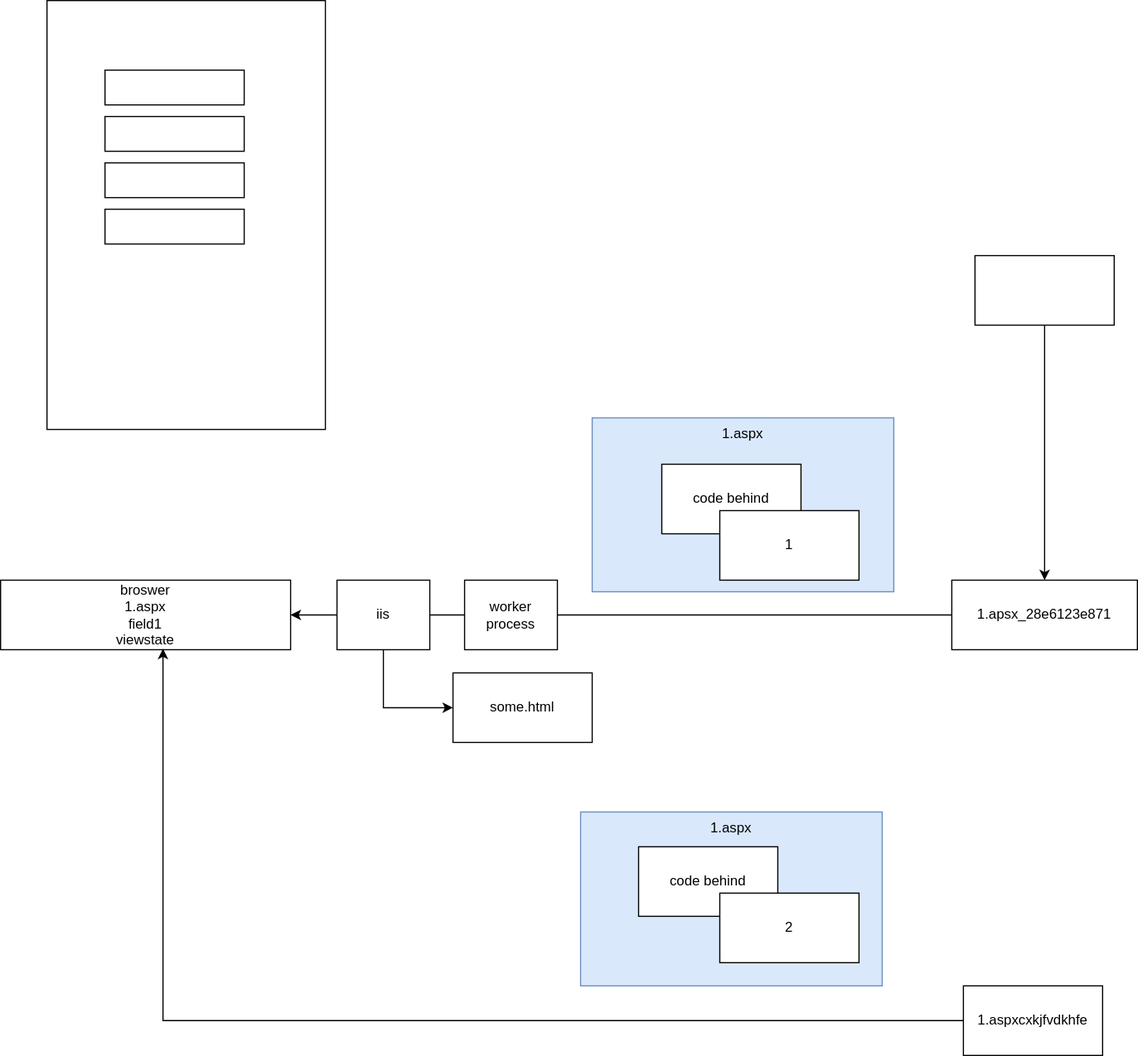
vjavle/invoicecloud keeps this draw.io diagram as multithreadingredisissue.svg. Above is the earlier version. Source tidied: cells renumbered, new cells last; positions are measured from the earlier drawing's top-left corner, leaving out a move shared by most shapes.
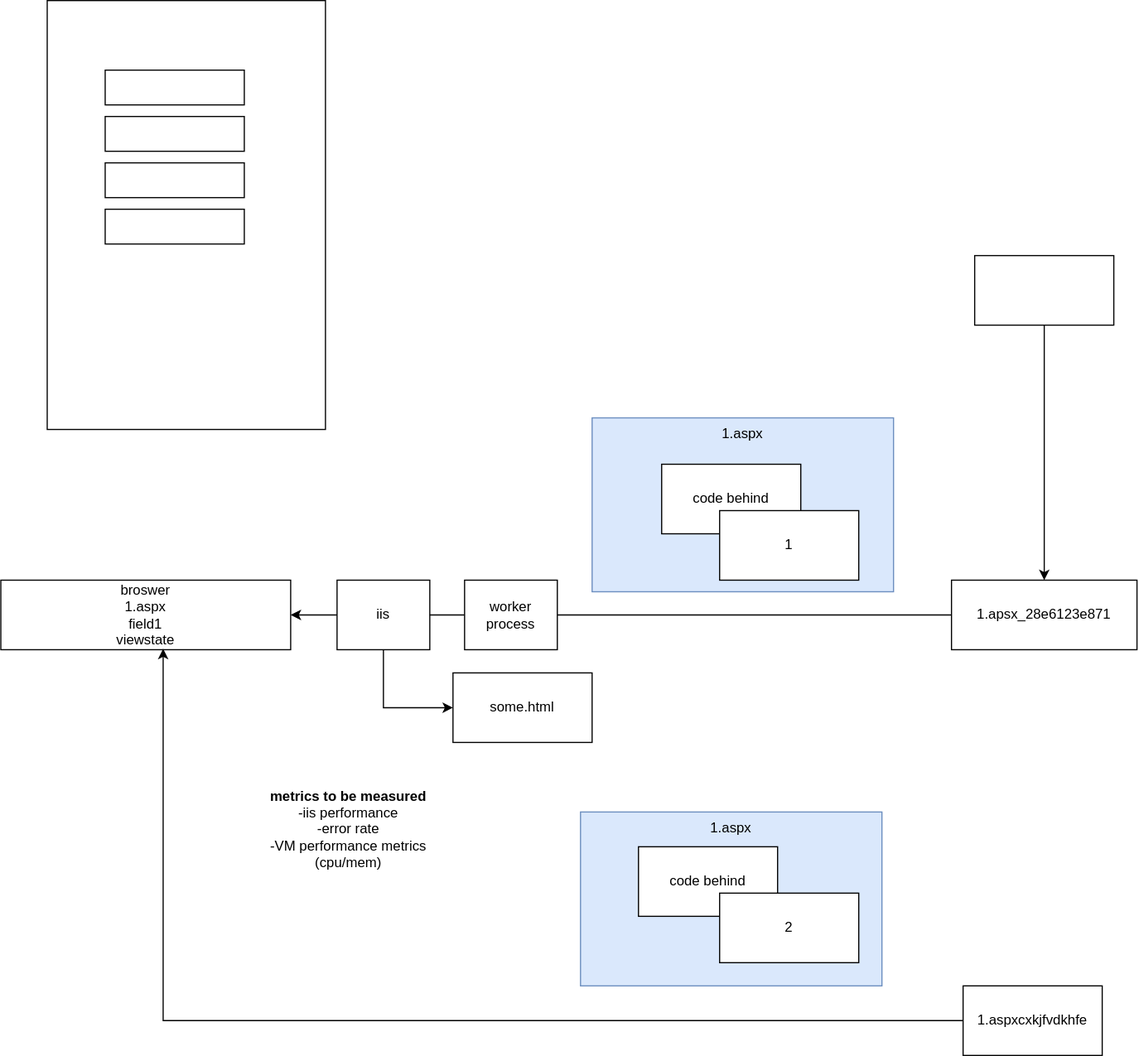
The same diagram one commit later.

Change to the diagram source:
```diff
@@ -74,5 +74,8 @@
     <mxCell id="23" value="some.html" style="rounded=0;whiteSpace=wrap;html=1;" parent="1" vertex="1">
       <mxGeometry x="390" y="580" width="120" height="60" as="geometry" />
     </mxCell>
+    <mxCell id="24" value="&lt;b&gt;metrics to be measured&lt;/b&gt;&lt;br&gt;-iis performance&lt;br&gt;-error rate&lt;br&gt;-VM performance metrics (cpu/mem)" style="text;html=1;strokeColor=none;fillColor=none;align=center;verticalAlign=middle;whiteSpace=wrap;rounded=0;" parent="1" vertex="1">
+      <mxGeometry x="220" y="680" width="160" height="70" as="geometry" />
+    </mxCell>
   </root>
 </mxGraphModel>
```
